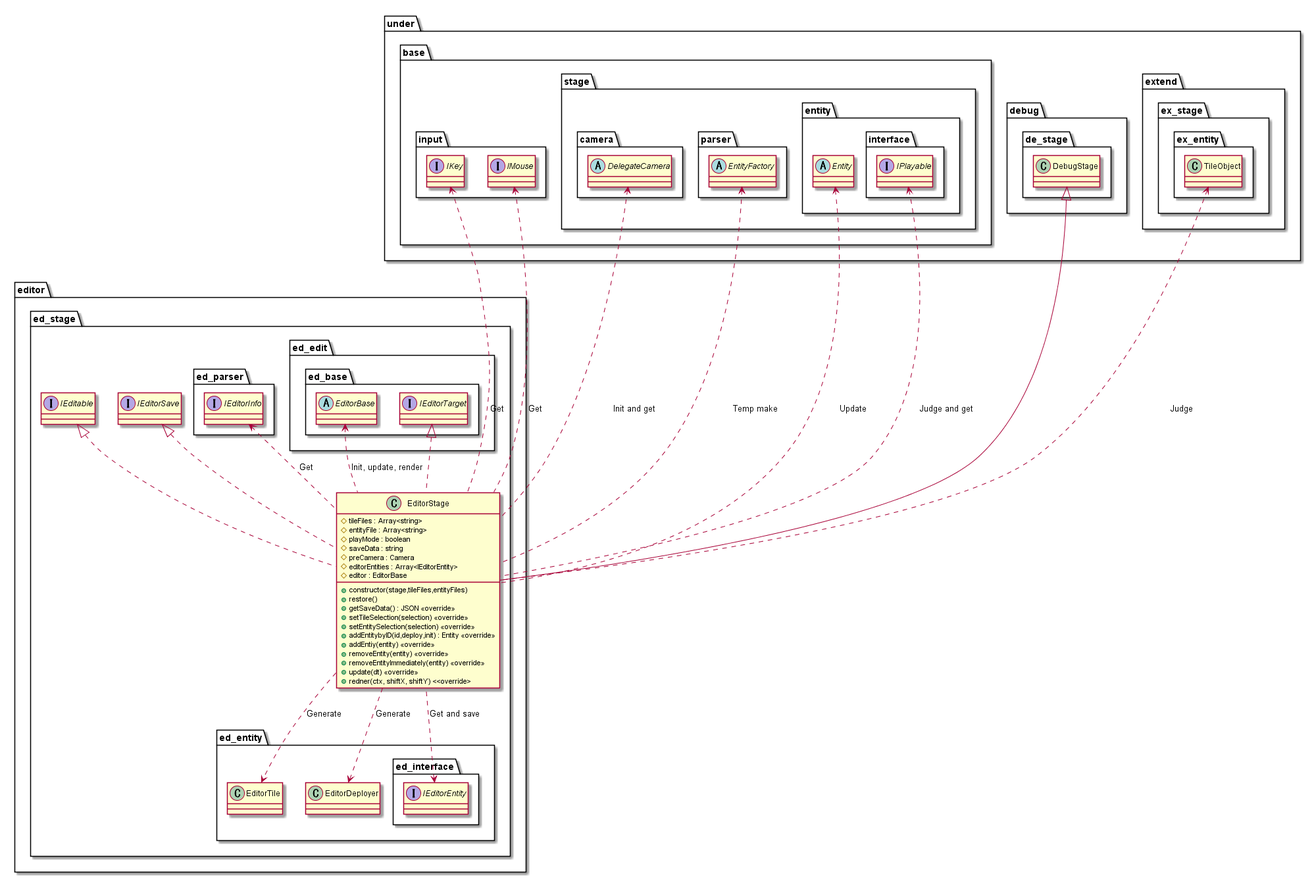
Earlier version of the PlantUML export out/uml/editor/Stage/EditorStage.png (Expine/Under).
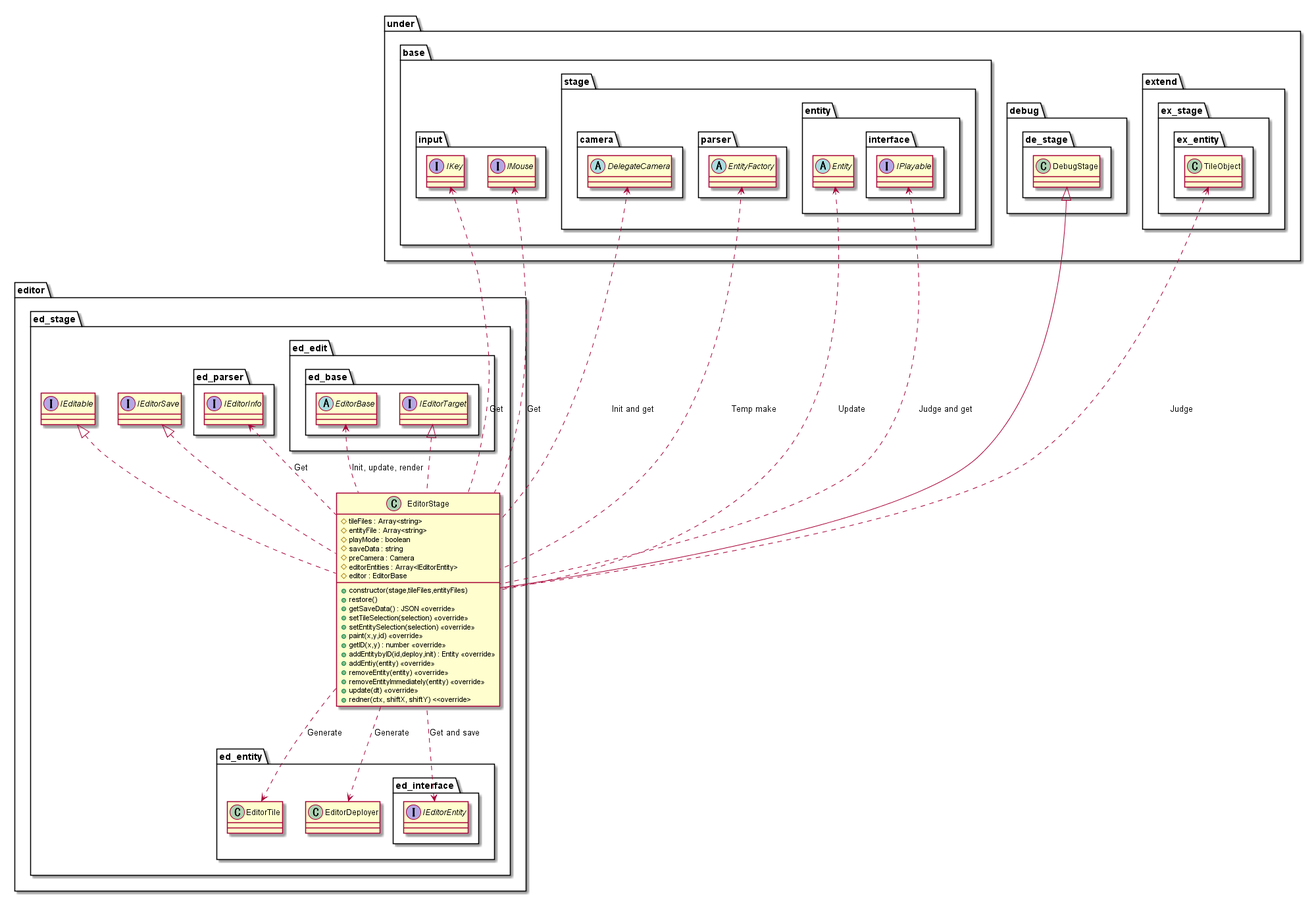
The same diagram one commit later.

Change to the diagram source:
```diff
@@ -15,6 +15,8 @@
             +getSaveData() : JSON <<override>>
             +setTileSelection(selection) <<override>>
             +setEntitySelection(selection) <<override>>
+            +paint(x,y,id) <<override>>
+            +getID(x,y) : number <<override>>
             +addEntitybyID(id,deploy,init) : Entity <<override>>
             +addEntiy(entity) <<override>>
             +removeEntity(entity) <<override>>
```
